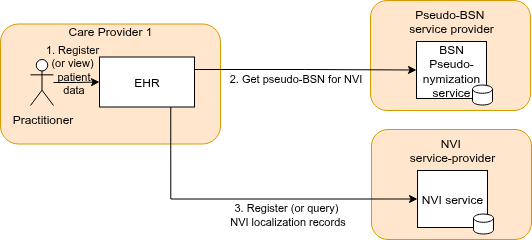
This is input/images/localization-overview-transactions.png from nuts-foundation/nl-generic-functions-ig, a draw.io export, as it was before one commit. Source tidied: cells renumbered, new cells last; positions are measured from the earlier drawing's top-left corner, leaving out a move shared by most shapes.
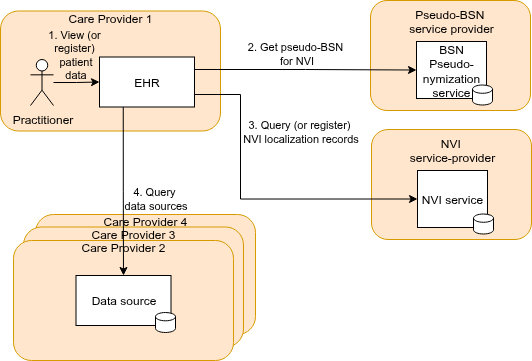
The same diagram one commit later.

The edit, as a diff of the source:
```diff
@@ -2,8 +2,14 @@
   <root>
     <mxCell id="0" />
     <mxCell id="1" parent="0" />
+    <mxCell id="17" value="Care Provider 4" style="rounded=1;whiteSpace=wrap;html=1;verticalAlign=top;align=center;fillColor=#ffe6cc;strokeColor=#d79b00;spacing=-5;" parent="1" vertex="1">
+      <mxGeometry x="35" y="214" width="220" height="120" as="geometry" />
+    </mxCell>
+    <mxCell id="18" value="Care Provider 3" style="rounded=1;whiteSpace=wrap;html=1;verticalAlign=top;align=center;fillColor=#ffe6cc;strokeColor=#d79b00;spacing=-5;" parent="1" vertex="1">
+      <mxGeometry x="23" y="226.5" width="220" height="120" as="geometry" />
+    </mxCell>
     <mxCell id="2" value="Care Provider 1" style="rounded=1;whiteSpace=wrap;html=1;verticalAlign=top;align=center;fillColor=#ffe6cc;strokeColor=#d79b00;spacing=-5;" parent="1" vertex="1">
-      <mxGeometry y="23.5" width="220" height="120" as="geometry" />
+      <mxGeometry y="10.5" width="220" height="120" as="geometry" />
     </mxCell>
     <mxCell id="3" value="Pseudo-BSN&amp;nbsp;&lt;div&gt;service provider&lt;/div&gt;" style="rounded=1;whiteSpace=wrap;html=1;verticalAlign=top;align=center;fillColor=#ffe6cc;strokeColor=#d79b00;spacingLeft=9;horizontal=1;spacingRight=7;" parent="1" vertex="1">
       <mxGeometry x="370" width="160" height="110" as="geometry" />
@@ -17,9 +23,9 @@
     <mxCell id="6" style="edgeStyle=orthogonalEdgeStyle;rounded=0;jettySize=auto;html=1;" parent="1" edge="1" source="8" target="11">
       <mxGeometry relative="1" as="geometry" />
     </mxCell>
-    <mxCell id="7" value="1. Register&amp;nbsp;&lt;div&gt;(or view)&amp;nbsp;&lt;div&gt;patient&lt;/div&gt;&lt;div&gt;data&lt;/div&gt;&lt;/div&gt;" style="edgeLabel;html=1;align=center;verticalAlign=middle;labelBackgroundColor=none;" parent="6" vertex="1">
+    <mxCell id="7" value="1. View&amp;nbsp;&lt;span style=&quot;background-color: transparent; color: light-dark(rgb(0, 0, 0), rgb(255, 255, 255));&quot;&gt;(or&amp;nbsp;&lt;/span&gt;&lt;div&gt;register)&amp;nbsp;&lt;div&gt;patient&lt;/div&gt;&lt;div&gt;data&lt;/div&gt;&lt;/div&gt;" style="edgeLabel;html=1;align=center;verticalAlign=middle;labelBackgroundColor=none;" parent="6" vertex="1">
       <mxGeometry x="-0.19" relative="1" as="geometry">
-        <mxPoint y="-14" as="offset" />
+        <mxPoint x="3" y="-28" as="offset" />
       </mxGeometry>
     </mxCell>
     <mxCell id="8" value="Practitioner" style="shape=umlActor;verticalLabelPosition=bottom;verticalAlign=top;html=1;outlineConnect=0;" parent="1" vertex="1">
@@ -28,9 +34,9 @@
     <mxCell id="9" style="edgeStyle=orthogonalEdgeStyle;rounded=0;jettySize=auto;html=1;exitX=1;exitY=0.25;exitDx=0;exitDy=0;" parent="1" edge="1" source="11" target="4">
       <mxGeometry relative="1" as="geometry" />
     </mxCell>
-    <mxCell id="10" value="2. Get pseudo-BSN for NVI" style="edgeLabel;html=1;align=center;verticalAlign=middle;" parent="9" vertex="1">
+    <mxCell id="10" value="2. Get pseudo-BSN&amp;nbsp;&lt;div&gt;for NVI&lt;/div&gt;" style="edgeLabel;html=1;align=center;verticalAlign=middle;" parent="9" vertex="1">
       <mxGeometry x="-0.57" y="-1" relative="1" as="geometry">
-        <mxPoint x="53" y="7" as="offset" />
+        <mxPoint x="55" y="-17" as="offset" />
       </mxGeometry>
     </mxCell>
     <mxCell id="11" value="EHR" style="rounded=0;whiteSpace=wrap;html=1;" parent="1" vertex="1">
@@ -45,13 +51,35 @@
     <mxCell id="14" style="shape=cylinder3;whiteSpace=wrap;html=1;boundedLbl=1;backgroundOutline=1;size=4.14285714285711;" parent="1" vertex="1">
       <mxGeometry x="473" y="213.5" width="20" height="20" as="geometry" />
     </mxCell>
-    <mxCell id="15" style="edgeStyle=orthogonalEdgeStyle;rounded=0;jettySize=auto;html=1;exitX=0.75;exitY=1;exitDx=0;exitDy=0;entryX=0;entryY=0.5;entryDx=0;entryDy=0;" parent="1" edge="1" source="11" target="13">
-      <mxGeometry relative="1" as="geometry" />
+    <mxCell id="15" style="edgeStyle=orthogonalEdgeStyle;rounded=0;jettySize=auto;html=1;exitX=1;exitY=0.75;exitDx=0;exitDy=0;entryX=0;entryY=0.5;entryDx=0;entryDy=0;" parent="1" edge="1" source="11" target="13">
+      <mxGeometry relative="1" as="geometry">
+        <Array as="points">
+          <mxPoint x="240" y="94" />
+          <mxPoint x="240" y="199" />
+        </Array>
+      </mxGeometry>
     </mxCell>
-    <mxCell id="16" value="3. Register (or query)&amp;nbsp;&lt;div&gt;NVI localization records&lt;/div&gt;" style="edgeLabel;html=1;align=center;verticalAlign=middle;" parent="15" vertex="1">
+    <mxCell id="16" value="3. Query (or register)&amp;nbsp;&lt;div&gt;NVI localization records&lt;/div&gt;" style="edgeLabel;html=1;align=center;verticalAlign=middle;" parent="15" vertex="1">
       <mxGeometry x="0.23" relative="1" as="geometry">
-        <mxPoint y="15" as="offset" />
+        <mxPoint x="10" y="-68" as="offset" />
       </mxGeometry>
     </mxCell>
+    <mxCell id="19" value="Care Provider 2" style="rounded=1;whiteSpace=wrap;html=1;verticalAlign=top;align=center;fillColor=#ffe6cc;strokeColor=#d79b00;spacing=-5;" parent="1" vertex="1">
+      <mxGeometry x="13" y="240" width="220" height="120" as="geometry" />
+    </mxCell>
+    <mxCell id="20" value="Data source" style="rounded=0;whiteSpace=wrap;html=1;" parent="1" vertex="1">
+      <mxGeometry x="75.5" y="275" width="95" height="50" as="geometry" />
+    </mxCell>
+    <mxCell id="21" style="shape=cylinder3;whiteSpace=wrap;html=1;boundedLbl=1;backgroundOutline=1;size=4.14285714285711;" parent="1" vertex="1">
+      <mxGeometry x="155" y="312" width="20" height="20" as="geometry" />
+    </mxCell>
+    <mxCell id="22" style="edgeStyle=orthogonalEdgeStyle;rounded=0;jettySize=auto;html=1;exitX=0.25;exitY=1;exitDx=0;exitDy=0;" parent="1" edge="1" source="11" target="20">
+      <mxGeometry relative="1" as="geometry" />
+    </mxCell>
+    <mxCell id="23" value="4. Query&amp;nbsp;&lt;div&gt;data sources&lt;/div&gt;" style="edgeLabel;html=1;align=center;verticalAlign=middle;" parent="22" vertex="1">
+      <mxGeometry x="-0.14" y="1" relative="1" as="geometry">
+        <mxPoint x="31" y="19" as="offset" />
+      </mxGeometry>
+    </mxCell>
   </root>
 </mxGraphModel>
```
